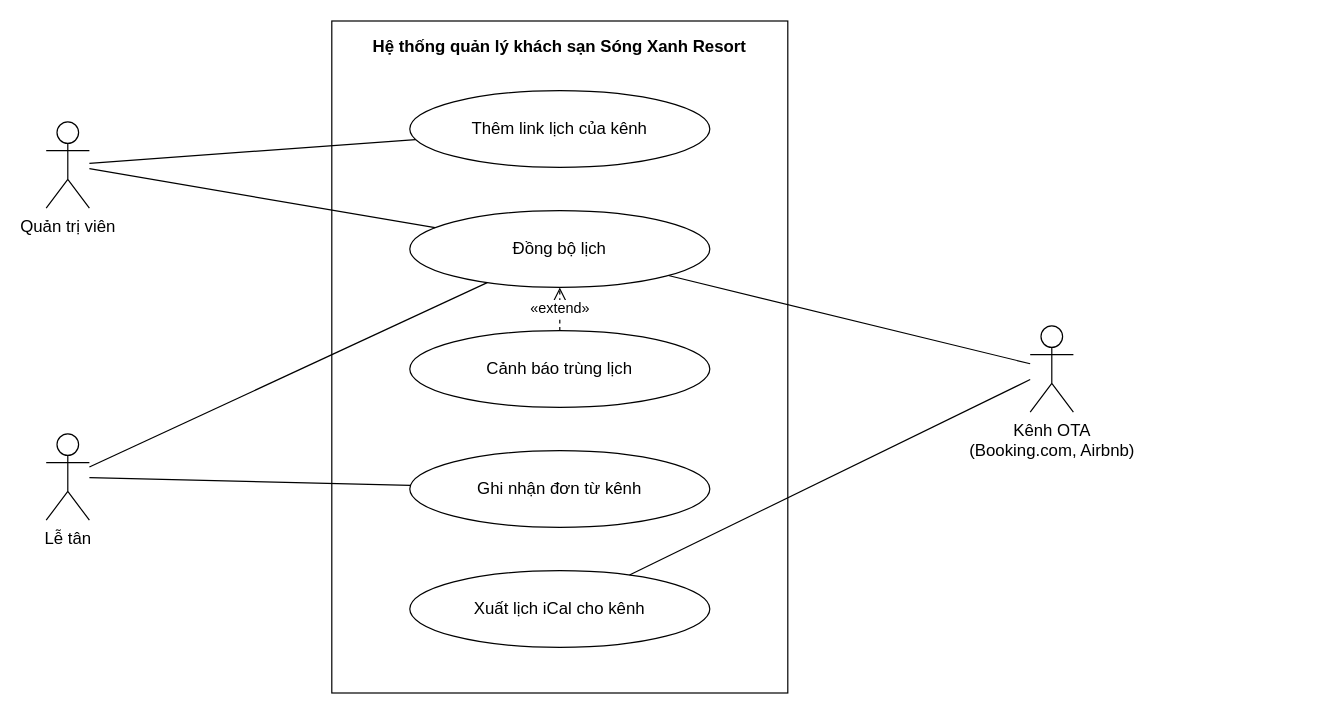
Before: docs/use-case/uc9-dong-bo-ota.drawio in ngynquchn2511/beach-hotel, a draw.io diagram. Source tidied: cells renumbered, new cells numbered last; positions are measured from the earlier drawing's top-left corner, leaving out a move shared by most shapes. Both pictures are drawn from the tidied source at 120%, with x=0, y=0 at pixel (46, 20).
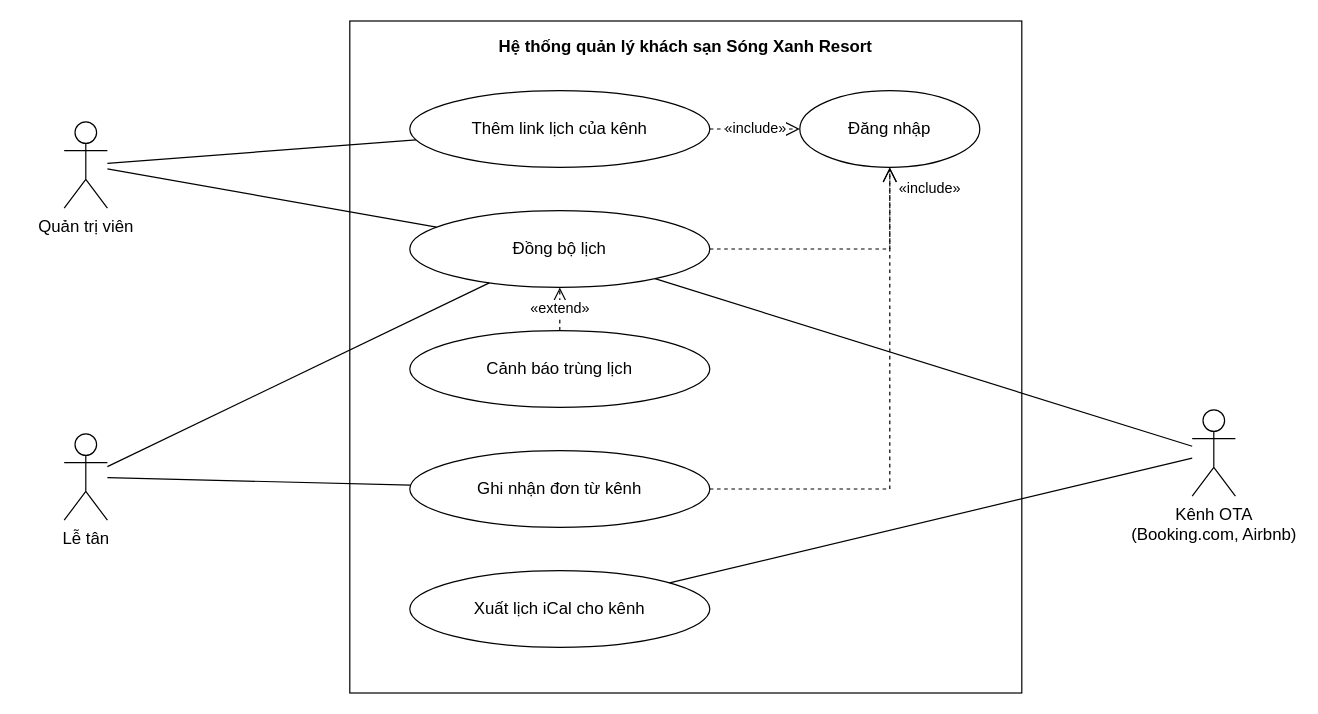
Above is the later version.

Unchanged cells that the change refers to:
```xml
<mxCell id="3" value="Thêm link lịch của kênh" style="fontFamily=Arial;fontColor=#000000;ellipse;whiteSpace=wrap;html=1;fillColor=#FFFFFF;strokeColor=#000000;fontSize=14;" parent="1" vertex="1">
  <mxGeometry x="303" y="58" width="250" height="64" as="geometry" />
</mxCell>
<mxCell id="4" value="Đồng bộ lịch" style="fontFamily=Arial;fontColor=#000000;ellipse;whiteSpace=wrap;html=1;fillColor=#FFFFFF;strokeColor=#000000;fontSize=14;" parent="1" vertex="1">
  <mxGeometry x="303" y="158" width="250" height="64" as="geometry" />
</mxCell>
<mxCell id="5" value="Cảnh báo trùng lịch" style="fontFamily=Arial;fontColor=#000000;ellipse;whiteSpace=wrap;html=1;fillColor=#FFFFFF;strokeColor=#000000;fontSize=14;" parent="1" vertex="1">
  <mxGeometry x="303" y="258" width="250" height="64" as="geometry" />
</mxCell>
<mxCell id="6" value="Ghi nhận đơn từ kênh" style="fontFamily=Arial;fontColor=#000000;ellipse;whiteSpace=wrap;html=1;fillColor=#FFFFFF;strokeColor=#000000;fontSize=14;" parent="1" vertex="1">
  <mxGeometry x="303" y="358" width="250" height="64" as="geometry" />
</mxCell>
<mxCell id="7" value="Xuất lịch iCal cho kênh" style="fontFamily=Arial;fontColor=#000000;ellipse;whiteSpace=wrap;html=1;fillColor=#FFFFFF;strokeColor=#000000;fontSize=14;" parent="1" vertex="1">
  <mxGeometry x="303" y="458" width="250" height="64" as="geometry" />
</mxCell>
```

Change to the diagram source:
```diff
@@
     <mxCell id="2" value="Hệ thống quản lý khách sạn Sóng Xanh Resort" style="fontFamily=Arial;fontColor=#000000;rounded=0;whiteSpace=wrap;html=1;verticalAlign=top;fontStyle=1;fontSize=14;fillColor=none;strokeColor=#000000;spacingTop=6;" parent="1" vertex="1">
-      <mxGeometry x="238" width="380" height="560" as="geometry" />
+      <mxGeometry x="253" width="560" height="560" as="geometry" />
     </mxCell>
@@
-    <mxCell id="8" value="Quản trị viên" style="fontFamily=Arial;fontColor=#000000;shape=umlActor;verticalLabelPosition=bottom;verticalAlign=top;html=1;outlineConnect=0;fillColor=#FFFFFF;strokeColor=#000000;fontSize=14;" parent="1" vertex="1">
-      <mxGeometry y="84" width="36" height="72" as="geometry" />
+    <mxCell id="8" value="Đăng nhập" style="fontFamily=Arial;fontColor=#000000;ellipse;whiteSpace=wrap;html=1;fillColor=#FFFFFF;strokeColor=#000000;fontSize=14;" parent="1" vertex="1">
+      <mxGeometry x="628" y="58" width="150" height="64" as="geometry" />
     </mxCell>
+    <mxCell id="18" value="«include»" style="fontFamily=Arial;fontColor=#000000;endArrow=open;endSize=10;dashed=1;html=1;strokeColor=#000000;rounded=0;fontSize=12;labelBackgroundColor=#FFFFFF;exitX=1;exitY=0.5;exitDx=0;exitDy=0;exitPerimeter=0;entryX=0;entryY=0.5;entryDx=0;entryDy=0;entryPerimeter=0;" parent="1" edge="1" source="3" target="8">
+      <mxGeometry relative="1" as="geometry" />
+    </mxCell>
+    <mxCell id="19" style="fontFamily=Arial;fontColor=#000000;endArrow=open;endSize=10;dashed=1;html=1;strokeColor=#000000;rounded=0;fontSize=12;labelBackgroundColor=#FFFFFF;exitX=1;exitY=0.5;exitDx=0;exitDy=0;exitPerimeter=0;entryX=0.5;entryY=1;entryDx=0;entryDy=0;entryPerimeter=0;" parent="1" edge="1" source="4" target="8">
+      <mxGeometry relative="1" as="geometry">
+        <Array as="points">
+          <mxPoint x="703" y="190" />
+        </Array>
+      </mxGeometry>
+    </mxCell>
+    <mxCell id="11" style="fontFamily=Arial;fontColor=#000000;endArrow=open;endSize=10;dashed=1;html=1;strokeColor=#000000;rounded=0;fontSize=12;labelBackgroundColor=#FFFFFF;exitX=1;exitY=0.5;exitDx=0;exitDy=0;exitPerimeter=0;entryX=0.5;entryY=1;entryDx=0;entryDy=0;entryPerimeter=0;" parent="1" edge="1" source="6" target="8">
+      <mxGeometry relative="1" as="geometry">
+        <Array as="points">
+          <mxPoint x="703" y="390" />
+        </Array>
+      </mxGeometry>
+    </mxCell>
+    <mxCell id="20" value="«include»" style="fontFamily=Arial;fontColor=#000000;text;html=1;align=left;verticalAlign=middle;fontSize=12;strokeColor=none;fillColor=none;" parent="1" vertex="1">
+      <mxGeometry x="709" y="130" width="80" height="20" as="geometry" />
+    </mxCell>
+    <mxCell id="21" value="Quản trị viên" style="fontFamily=Arial;fontColor=#000000;shape=umlActor;verticalLabelPosition=bottom;verticalAlign=top;html=1;outlineConnect=0;fillColor=#FFFFFF;strokeColor=#000000;fontSize=14;" parent="1" vertex="1">
+      <mxGeometry x="15" y="84" width="36" height="72" as="geometry" />
+    </mxCell>
     <mxCell id="9" value="Lễ tân" style="fontFamily=Arial;fontColor=#000000;shape=umlActor;verticalLabelPosition=bottom;verticalAlign=top;html=1;outlineConnect=0;fillColor=#FFFFFF;strokeColor=#000000;fontSize=14;" parent="1" vertex="1">
-      <mxGeometry y="344" width="36" height="72" as="geometry" />
+      <mxGeometry x="15" y="344" width="36" height="72" as="geometry" />
     </mxCell>
     <mxCell id="10" value="Kênh OTA&lt;br&gt;(Booking.com, Airbnb)" style="fontFamily=Arial;fontColor=#000000;shape=umlActor;verticalLabelPosition=bottom;verticalAlign=top;html=1;outlineConnect=0;fillColor=#FFFFFF;strokeColor=#000000;fontSize=14;" parent="1" vertex="1">
-      <mxGeometry x="820" y="254" width="36" height="72" as="geometry" />
+      <mxGeometry x="955" y="324" width="36" height="72" as="geometry" />
     </mxCell>
-    <mxCell id="11" style="fontFamily=Arial;fontColor=#000000;endArrow=none;html=1;strokeColor=#000000;rounded=0;" parent="1" edge="1" source="8" target="3">
-      <mxGeometry relative="1" as="geometry" />
-    </mxCell>
-    <mxCell id="12" style="fontFamily=Arial;fontColor=#000000;endArrow=none;html=1;strokeColor=#000000;rounded=0;" parent="1" edge="1" source="8" target="4">
-      <mxGeometry relative="1" as="geometry" />
-    </mxCell>
+    <mxCell id="16" style="fontFamily=Arial;fontColor=#000000;endArrow=none;html=1;strokeColor=#000000;rounded=0;" parent="1" edge="1" source="21" target="3">
+      <mxGeometry relative="1" as="geometry" />
+    </mxCell>
+    <mxCell id="17" style="fontFamily=Arial;fontColor=#000000;endArrow=none;html=1;strokeColor=#000000;rounded=0;" parent="1" edge="1" source="21" target="4">
+      <mxGeometry relative="1" as="geometry" />
+    </mxCell>
@@
-    <mxCell id="16" style="fontFamily=Arial;fontColor=#000000;endArrow=none;html=1;strokeColor=#000000;rounded=0;" parent="1" edge="1" source="10" target="7">
-      <mxGeometry relative="1" as="geometry" />
-    </mxCell>
-    <mxCell id="17" value="«extend»" style="fontFamily=Arial;fontColor=#000000;endArrow=open;endSize=10;dashed=1;html=1;strokeColor=#000000;rounded=0;fontSize=12;labelBackgroundColor=#FFFFFF;exitX=0.5;exitY=0;exitDx=0;exitDy=0;exitPerimeter=0;entryX=0.5;entryY=1;entryDx=0;entryDy=0;entryPerimeter=0;" parent="1" edge="1" source="5" target="4">
-      <mxGeometry relative="1" as="geometry" />
-    </mxCell>
+    <mxCell id="22" style="fontFamily=Arial;fontColor=#000000;endArrow=none;html=1;strokeColor=#000000;rounded=0;" parent="1" edge="1" source="10" target="7">
+      <mxGeometry relative="1" as="geometry" />
+    </mxCell>
+    <mxCell id="23" value="«extend»" style="fontFamily=Arial;fontColor=#000000;endArrow=open;endSize=10;dashed=1;html=1;strokeColor=#000000;rounded=0;fontSize=12;labelBackgroundColor=#FFFFFF;exitX=0.5;exitY=0;exitDx=0;exitDy=0;exitPerimeter=0;entryX=0.5;entryY=1;entryDx=0;entryDy=0;entryPerimeter=0;" parent="1" edge="1" source="5" target="4">
+      <mxGeometry relative="1" as="geometry" />
+    </mxCell>
```
